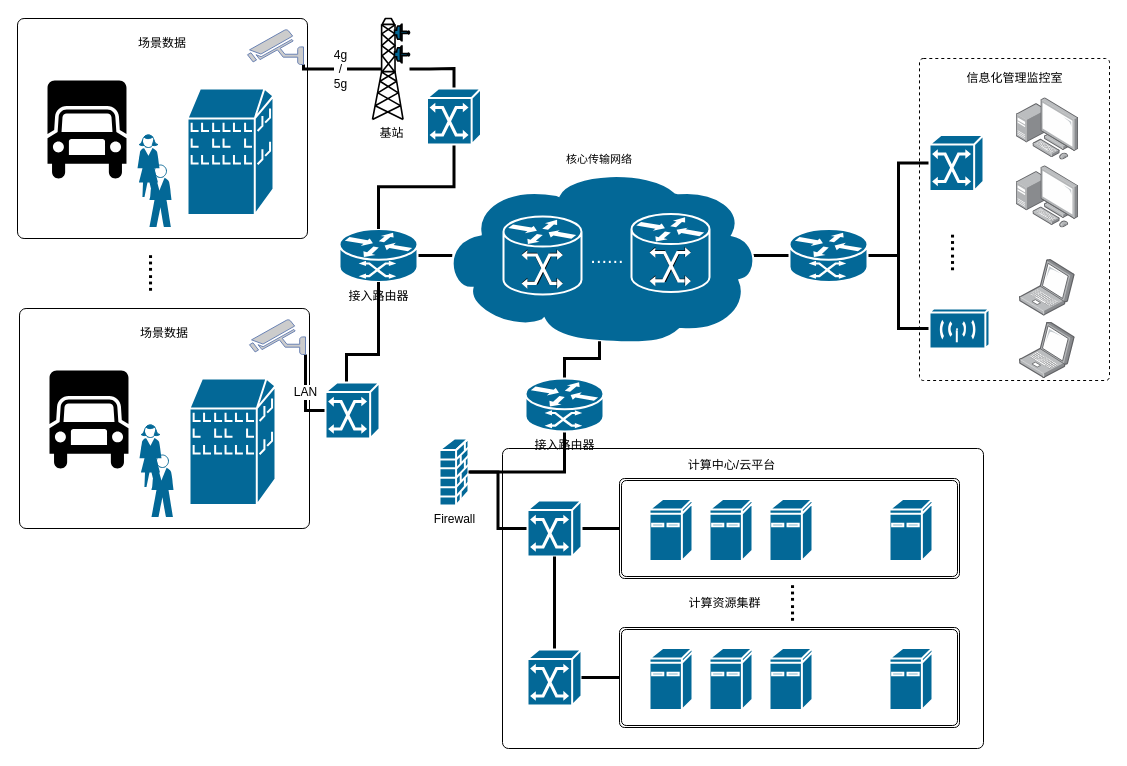
luhaofang/luhaofang.github.io keeps this draw.io diagram as 未命名绘图.drawio. Above is the earlier version. Source tidied: cells renumbered, new cells numbered last; positions are measured from the earlier drawing's top-left corner, leaving out a move shared by most shapes. Both pictures are drawn from the tidied source at 100%, with x=0, y=0 at pixel (17, 18).
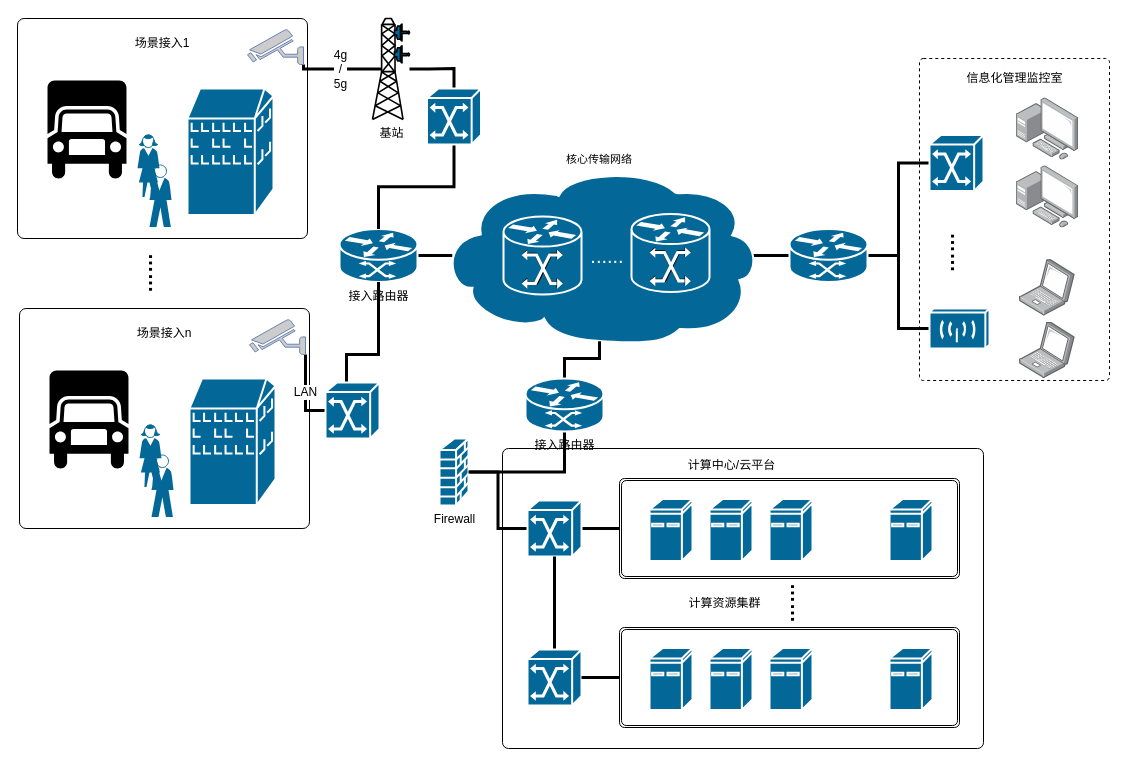
Above is the later version.

Commit message (it also covers changes not shown here):
更新未命名绘图.drawio

Change to the diagram source:
```diff
@@
-    <mxCell id="19" value="场景数据" style="text;html=1;strokeColor=none;fillColor=none;align=center;verticalAlign=middle;whiteSpace=wrap;rounded=0;" parent="1" vertex="1">
+    <mxCell id="19" value="场景接入n" style="text;html=1;strokeColor=none;fillColor=none;align=center;verticalAlign=middle;whiteSpace=wrap;rounded=0;" parent="1" vertex="1">
       <mxGeometry x="117" y="300" width="60" height="30" as="geometry" />
     </mxCell>
@@
-    <mxCell id="28" value="场景数据" style="text;html=1;strokeColor=none;fillColor=none;align=center;verticalAlign=middle;whiteSpace=wrap;rounded=0;" parent="1" vertex="1">
+    <mxCell id="28" value="场景接入1" style="text;html=1;strokeColor=none;fillColor=none;align=center;verticalAlign=middle;whiteSpace=wrap;rounded=0;" parent="1" vertex="1">
       <mxGeometry x="115" y="10" width="60" height="30" as="geometry" />
     </mxCell>
```
